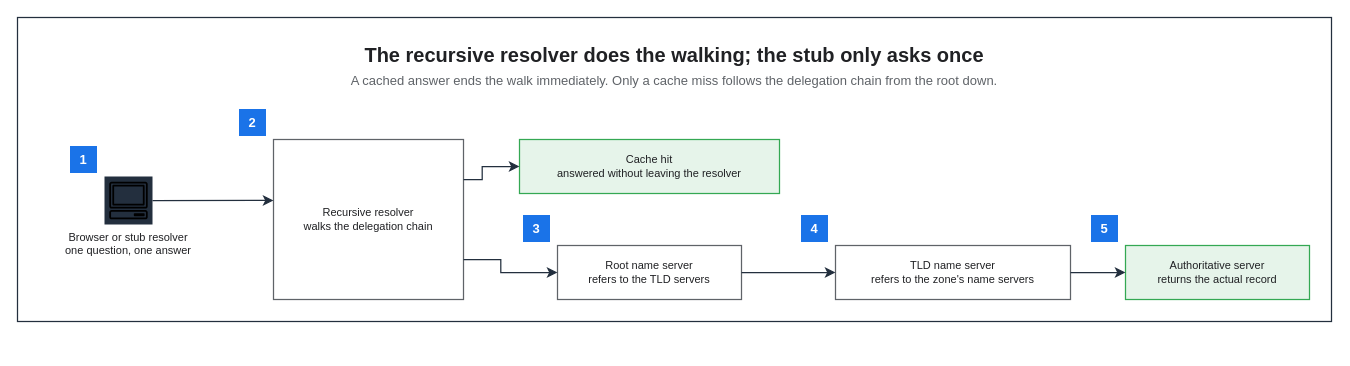
KKamJi98/kkamji98.github.io keeps this draw.io diagram as assets/img/network/dns-recursive-resolution.drawio. Above is the earlier version. Source tidied: cells renumbered, new cells numbered last; positions are measured from the earlier drawing's top-left corner, leaving out a move shared by most shapes. Both pictures are drawn from the tidied source at 100%, with x=0, y=0 at pixel (17, 17).
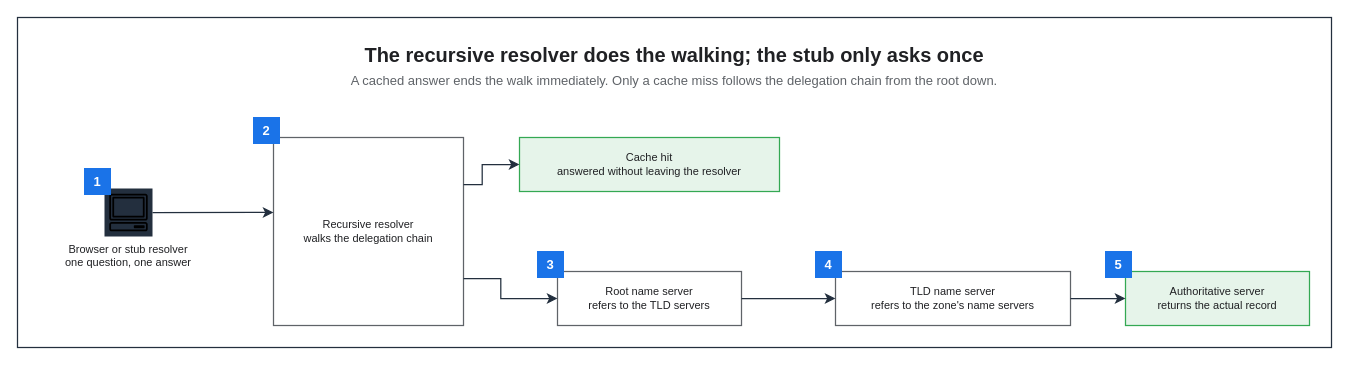
After the change.

Change to the diagram source:
```diff
@@
     <mxCell id="2" style="rounded=0;html=0;fillColor=none;strokeColor=#232F3E;fontColor=#202124;strokeWidth=1.25;" parent="1" vertex="1">
-      <mxGeometry width="1314" height="304" as="geometry" />
+      <mxGeometry width="1314" height="330" as="geometry" />
     </mxCell>
@@
     <mxCell id="5" value="Browser or stub resolver&#10;one question, one answer" style="sketch=0;outlineConnect=0;gradientColor=none;html=0;whiteSpace=nowrap;fontSize=11;fontStyle=0;fontColor=#202124;verticalLabelPosition=bottom;verticalAlign=top;align=center;labelBackgroundColor=none;fillColor=#232F3E;strokeColor=none;dashed=0;shape=mxgraph.aws4.resourceIcon;resIcon=mxgraph.aws4.client;" parent="1" vertex="1">
-      <mxGeometry x="87" y="159" width="48" height="48" as="geometry" />
+      <mxGeometry x="87" y="171" width="48" height="48" as="geometry" />
     </mxCell>
     <mxCell id="6" value="Recursive resolver&#10;walks the delegation chain" style="rounded=0;whiteSpace=wrap;html=0;fillColor=#FFFFFF;strokeColor=#5F6368;fontColor=#202124;fontSize=11;fontStyle=0;align=center;verticalAlign=middle;spacingLeft=6;spacingRight=6;strokeWidth=1.25;" parent="1" vertex="1">
-      <mxGeometry x="256" y="122" width="190" height="160" as="geometry" />
+      <mxGeometry x="256" y="120" width="190" height="188" as="geometry" />
     </mxCell>
     <mxCell id="7" value="Root name server&#10;refers to the TLD servers" style="rounded=0;whiteSpace=wrap;html=0;fillColor=#FFFFFF;strokeColor=#5F6368;fontColor=#202124;fontSize=11;fontStyle=0;align=center;verticalAlign=middle;spacingLeft=6;spacingRight=6;strokeWidth=1.25;" parent="1" vertex="1">
-      <mxGeometry x="540" y="228" width="184" height="54" as="geometry" />
+      <mxGeometry x="540" y="254" width="184" height="54" as="geometry" />
     </mxCell>
     <mxCell id="8" value="TLD name server&#10;refers to the zone's name servers" style="rounded=0;whiteSpace=wrap;html=0;fillColor=#FFFFFF;strokeColor=#5F6368;fontColor=#202124;fontSize=11;fontStyle=0;align=center;verticalAlign=middle;spacingLeft=6;spacingRight=6;strokeWidth=1.25;" parent="1" vertex="1">
-      <mxGeometry x="818" y="228" width="235" height="54" as="geometry" />
+      <mxGeometry x="818" y="254" width="235" height="54" as="geometry" />
     </mxCell>
     <mxCell id="9" value="Authoritative server&#10;returns the actual record" style="rounded=0;whiteSpace=wrap;html=0;fillColor=#E6F4EA;strokeColor=#34A853;fontColor=#202124;fontSize=11;fontStyle=0;align=center;verticalAlign=middle;spacingLeft=6;spacingRight=6;strokeWidth=1.25;" parent="1" vertex="1">
-      <mxGeometry x="1108" y="228" width="184" height="54" as="geometry" />
+      <mxGeometry x="1108" y="254" width="184" height="54" as="geometry" />
     </mxCell>
     <mxCell id="10" value="Cache hit&#10;answered without leaving the resolver" style="rounded=0;whiteSpace=wrap;html=0;fillColor=#E6F4EA;strokeColor=#34A853;fontColor=#202124;fontSize=11;fontStyle=0;align=center;verticalAlign=middle;spacingLeft=6;spacingRight=6;strokeWidth=1.25;" parent="1" vertex="1">
-      <mxGeometry x="502" y="122" width="260" height="54" as="geometry" />
+      <mxGeometry x="502" y="120" width="260" height="54" as="geometry" />
     </mxCell>
     <mxCell id="11" value="1" style="rounded=0;whiteSpace=wrap;html=0;fillColor=#1A73E8;strokeColor=#1A73E8;fontColor=#FFFFFF;fontSize=13;fontStyle=1;align=center;verticalAlign=middle;" parent="1" vertex="1">
-      <mxGeometry x="53" y="129" width="26" height="26" as="geometry" />
+      <mxGeometry x="67" y="151" width="26" height="26" as="geometry" />
     </mxCell>
     <mxCell id="12" value="2" style="rounded=0;whiteSpace=wrap;html=0;fillColor=#1A73E8;strokeColor=#1A73E8;fontColor=#FFFFFF;fontSize=13;fontStyle=1;align=center;verticalAlign=middle;" parent="1" vertex="1">
-      <mxGeometry x="222" y="92" width="26" height="26" as="geometry" />
+      <mxGeometry x="236" y="100" width="26" height="26" as="geometry" />
     </mxCell>
     <mxCell id="13" value="3" style="rounded=0;whiteSpace=wrap;html=0;fillColor=#1A73E8;strokeColor=#1A73E8;fontColor=#FFFFFF;fontSize=13;fontStyle=1;align=center;verticalAlign=middle;" parent="1" vertex="1">
-      <mxGeometry x="506" y="198" width="26" height="26" as="geometry" />
+      <mxGeometry x="520" y="234" width="26" height="26" as="geometry" />
     </mxCell>
     <mxCell id="14" value="4" style="rounded=0;whiteSpace=wrap;html=0;fillColor=#1A73E8;strokeColor=#1A73E8;fontColor=#FFFFFF;fontSize=13;fontStyle=1;align=center;verticalAlign=middle;" parent="1" vertex="1">
-      <mxGeometry x="784" y="198" width="26" height="26" as="geometry" />
+      <mxGeometry x="798" y="234" width="26" height="26" as="geometry" />
     </mxCell>
     <mxCell id="15" value="5" style="rounded=0;whiteSpace=wrap;html=0;fillColor=#1A73E8;strokeColor=#1A73E8;fontColor=#FFFFFF;fontSize=13;fontStyle=1;align=center;verticalAlign=middle;" parent="1" vertex="1">
-      <mxGeometry x="1074" y="198" width="26" height="26" as="geometry" />
+      <mxGeometry x="1088" y="234" width="26" height="26" as="geometry" />
     </mxCell>
-    <mxCell id="16" style="edgeStyle=orthogonalEdgeStyle;rounded=0;html=0;strokeColor=#232F3E;strokeWidth=1.25;endArrow=classic;endFill=1;endSize=7;fontSize=11;fontColor=#202124;labelBackgroundColor=none;jettySize=14;exitX=1;exitY=0.5;entryX=0;entryY=0.3812;exitDx=0;exitDy=0;entryDx=0;entryDy=0;" parent="1" edge="1" source="5" target="6">
+    <mxCell id="16" style="edgeStyle=orthogonalEdgeStyle;rounded=0;html=0;strokeColor=#232F3E;strokeWidth=1.25;endArrow=classic;endFill=1;endSize=7;fontSize=11;fontColor=#202124;labelBackgroundColor=none;jettySize=14;exitX=1;exitY=0.5;entryX=0;entryY=0.3989;exitDx=0;exitDy=0;entryDx=0;entryDy=0;" parent="1" edge="1" source="5" target="6">
       <mxGeometry relative="1" as="geometry" />
     </mxCell>
     <mxCell id="17" style="edgeStyle=orthogonalEdgeStyle;rounded=0;html=0;strokeColor=#232F3E;strokeWidth=1.25;endArrow=classic;endFill=1;endSize=7;fontSize=11;fontColor=#202124;labelBackgroundColor=none;jettySize=14;exitX=1;exitY=0.25;entryX=0;entryY=0.5;exitDx=0;exitDy=0;entryDx=0;entryDy=0;" parent="1" edge="1" source="6" target="10">
       <mxGeometry relative="1" as="geometry">
         <Array as="points">
-          <mxPoint x="464.7" y="162" />
-          <mxPoint x="464.7" y="149" />
+          <mxPoint x="464.7" y="167" />
+          <mxPoint x="464.7" y="147" />
         </Array>
       </mxGeometry>
     </mxCell>
     <mxCell id="18" style="edgeStyle=orthogonalEdgeStyle;rounded=0;html=0;strokeColor=#232F3E;strokeWidth=1.25;endArrow=classic;endFill=1;endSize=7;fontSize=11;fontColor=#202124;labelBackgroundColor=none;jettySize=14;exitX=1;exitY=0.75;entryX=0;entryY=0.5;exitDx=0;exitDy=0;entryDx=0;entryDy=0;" parent="1" edge="1" source="6" target="7">
       <mxGeometry relative="1" as="geometry">
         <Array as="points">
-          <mxPoint x="483.3" y="242" />
-          <mxPoint x="483.3" y="255" />
+          <mxPoint x="483.3" y="261" />
+          <mxPoint x="483.3" y="281" />
         </Array>
       </mxGeometry>
     </mxCell>
```
